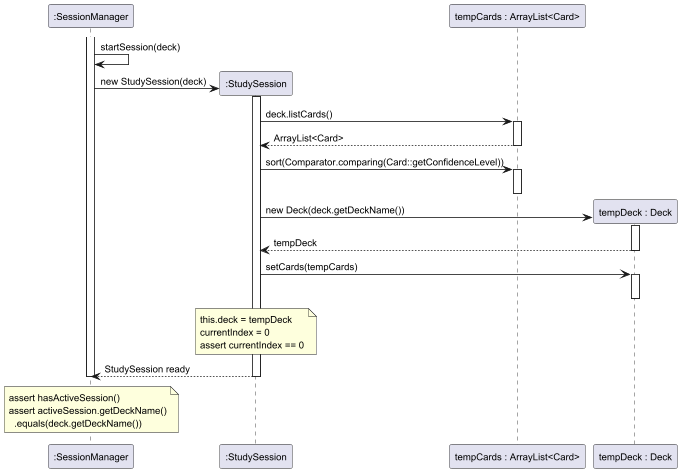
This is docs/diagrams/study_sorting.png from yqzzy/tp, a PlantUML export, as it was before one commit. The source it was exported from:
```plantuml
@startuml
skinparam sequenceArrowFontSize 11
skinparam sequenceParticipantFontSize 12
skinparam defaultFontSize 12

participant ":SessionManager" as sm
participant ":StudySession" as ss
participant "tempCards : ArrayList<Card>" as tempCards
participant "tempDeck : Deck" as tempDeck

activate sm
sm -> sm : startSession(deck)

create ss
sm -> ss : new StudySession(deck)
activate ss

ss -> tempCards : deck.listCards()
activate tempCards
tempCards --> ss : ArrayList<Card>
deactivate tempCards

ss -> tempCards : sort(Comparator.comparing(Card::getConfidenceLevel))
activate tempCards
deactivate tempCards

create tempDeck
ss -> tempDeck : new Deck(deck.getDeckName())
activate tempDeck
tempDeck --> ss : tempDeck
deactivate tempDeck

ss -> tempDeck : setCards(tempCards)
activate tempDeck
deactivate tempDeck

note over ss
this.deck = tempDeck
currentIndex = 0
assert currentIndex == 0
end note

ss --> sm : StudySession ready
deactivate ss

note over sm
assert hasActiveSession()
assert activeSession.getDeckName()
  .equals(deck.getDeckName())
end note

deactivate sm
@enduml
```
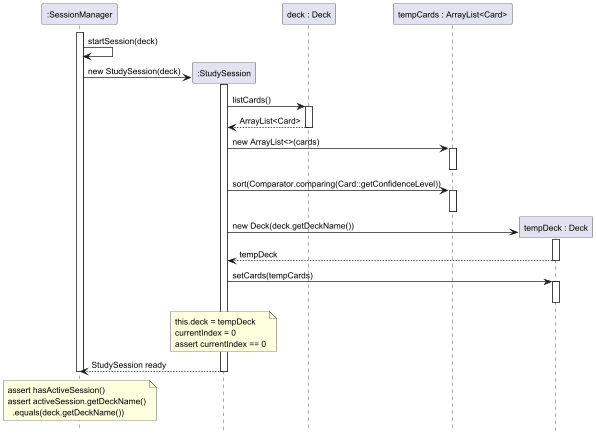
The same file after the commit.

Commit message:
update sequence diagrams

Change to the diagram source:
```diff
@@ -1,10 +1,12 @@
 @startuml
+hide footbox
 skinparam sequenceArrowFontSize 11
 skinparam sequenceParticipantFontSize 12
 skinparam defaultFontSize 12
 
 participant ":SessionManager" as sm
 participant ":StudySession" as ss
+participant "deck : Deck" as deck
 participant "tempCards : ArrayList<Card>" as tempCards
 participant "tempDeck : Deck" as tempDeck
 
@@ -15,9 +17,13 @@
 sm -> ss : new StudySession(deck)
 activate ss
 
-ss -> tempCards : deck.listCards()
+ss -> deck : listCards()
+activate deck
+deck --> ss : ArrayList<Card>
+deactivate deck
+
+ss -> tempCards : new ArrayList<>(cards)
 activate tempCards
-tempCards --> ss : ArrayList<Card>
 deactivate tempCards
 
 ss -> tempCards : sort(Comparator.comparing(Card::getConfidenceLevel))
```
